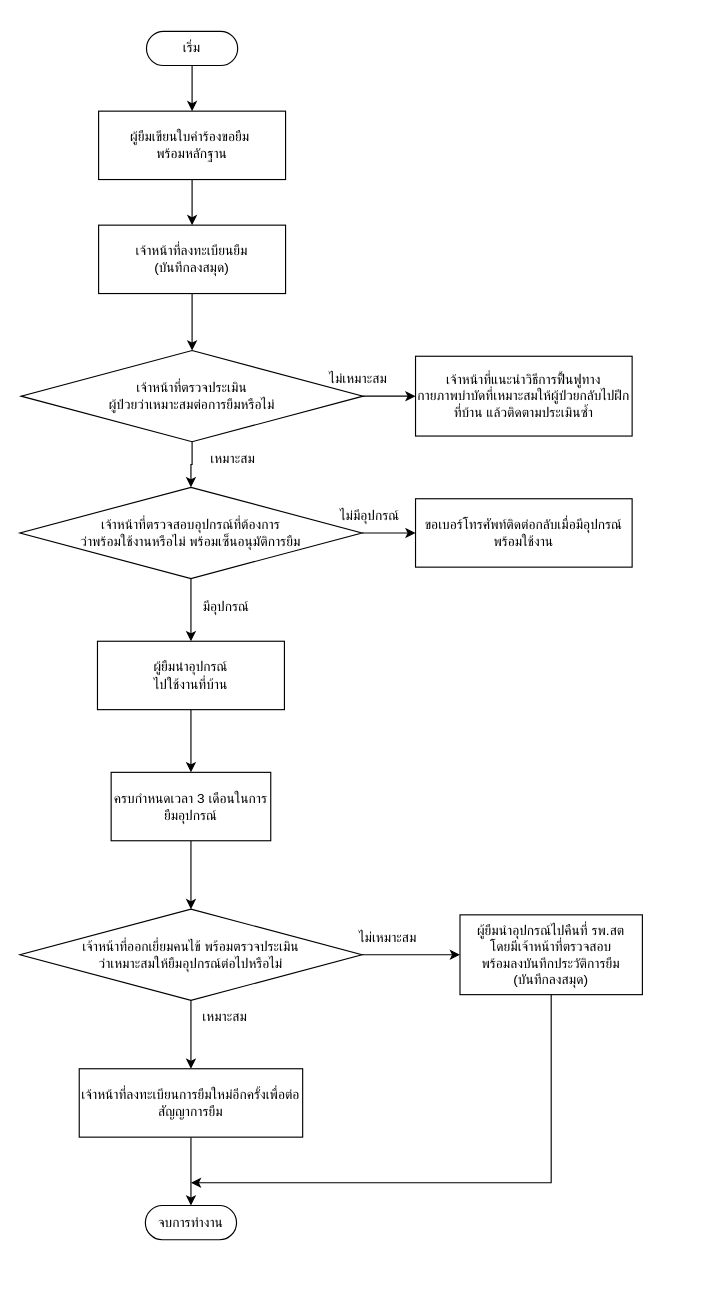
The draw.io diagram page "ภาพรวม" (5 of 5) of cmk/old system.drawio in S-B-Tanayut/diagram_repo, before the edit. Source tidied: cells renumbered, new cells numbered last; positions are measured from the earlier drawing's top-left corner, leaving out a move shared by most shapes. Both pictures are drawn from the tidied source at 114%, with x=0, y=0 at pixel (19, 31).
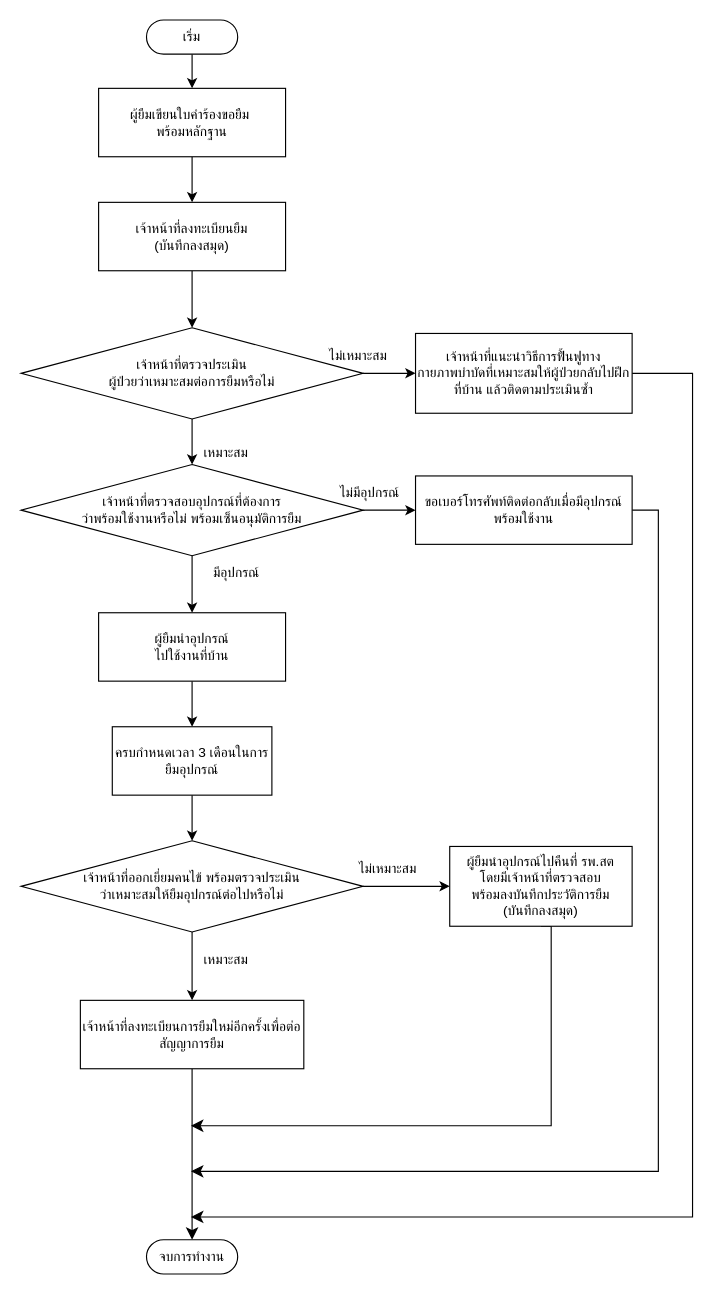
After the change.

The edit, as a diff of the source:
```diff
@@
     <mxCell id="3" value="เริ่ม" style="html=1;dashed=0;whiteSpace=wrap;shape=mxgraph.dfd.start;" parent="1" vertex="1">
-      <mxGeometry x="111" width="80" height="30" as="geometry" />
+      <mxGeometry x="111" y="-10" width="80" height="30" as="geometry" />
     </mxCell>
@@
     <mxCell id="5" value="ผู้ยืมเขียนใบคำร้องขอยืม&amp;nbsp;&lt;br&gt;&lt;span style=&quot;background-color: initial;&quot;&gt;พร้อมหลักฐาน&lt;/span&gt;" style="rounded=0;whiteSpace=wrap;html=1;" parent="1" vertex="1">
-      <mxGeometry x="69" y="70" width="164" height="60" as="geometry" />
+      <mxGeometry x="69" y="50" width="164" height="60" as="geometry" />
     </mxCell>
@@
     <mxCell id="7" value="เจ้าหน้าที่ลงทะเบียนยืม&lt;div&gt;(บันทึกลงสมุด)&lt;/div&gt;" style="rounded=0;whiteSpace=wrap;html=1;" parent="1" vertex="1">
-      <mxGeometry x="69" y="170" width="164" height="60" as="geometry" />
+      <mxGeometry x="69" y="150" width="164" height="60" as="geometry" />
     </mxCell>
@@
     <mxCell id="10" value="เจ้าหน้าที่ตรวจประเมิน&lt;div&gt;ผู้ป่วยว่าเหมาะสมต่อการยืมหรือไม่&lt;/div&gt;" style="rhombus;whiteSpace=wrap;html=1;" parent="1" vertex="1">
-      <mxGeometry x="1" y="280" width="300" height="80" as="geometry" />
+      <mxGeometry x="1" y="260" width="300" height="80" as="geometry" />
     </mxCell>
+    <mxCell id="34" style="edgeStyle=orthogonalEdgeStyle;shape=connector;rounded=0;jettySize=auto;html=1;exitX=1;exitY=0.5;exitDx=0;exitDy=0;strokeColor=default;align=center;verticalAlign=middle;fontFamily=Helvetica;fontSize=12;fontColor=default;labelBackgroundColor=default;startSize=8;endArrow=classic;endSize=8;" parent="1" edge="1" source="11">
+      <mxGeometry relative="1" as="geometry">
+        <mxPoint x="150" y="1040" as="targetPoint" />
+        <Array as="points">
+          <mxPoint x="590" y="300" />
+          <mxPoint x="590" y="1040" />
+        </Array>
+      </mxGeometry>
+    </mxCell>
     <mxCell id="11" value="เจ้าหน้าที่แนะนำวิธีการฟื้นฟูทางกายภาพบำบัดที่เหมาะสมให้ผู้ป่วยกลับไปฝึกที่บ้าน แล้วติดตามประเมินซ้ำ" style="rounded=0;whiteSpace=wrap;html=1;" parent="1" vertex="1">
-      <mxGeometry x="347" y="285" width="190" height="70" as="geometry" />
+      <mxGeometry x="347" y="265" width="190" height="70" as="geometry" />
     </mxCell>
     <mxCell id="12" value="ไม่เหมาะสม" style="text;html=1;align=center;verticalAlign=middle;whiteSpace=wrap;rounded=0;" parent="1" vertex="1">
-      <mxGeometry x="257" y="290" width="80" height="30" as="geometry" />
+      <mxGeometry x="257" y="270" width="80" height="30" as="geometry" />
     </mxCell>
@@
     <mxCell id="15" value="เจ้าหน้าที่ตรวจสอบอุปกรณ์ที่ต้องการ&lt;br&gt;ว่าพร้อมใช้งานหรือไม่ พร้อมเซ็นอนุมัติการยืม" style="rhombus;whiteSpace=wrap;html=1;" parent="1" vertex="1">
-      <mxGeometry y="400" width="300" height="80" as="geometry" />
+      <mxGeometry x="1" y="380" width="300" height="80" as="geometry" />
     </mxCell>
     <mxCell id="16" value="เหมาะสม" style="text;html=1;align=center;verticalAlign=middle;whiteSpace=wrap;rounded=0;" parent="1" vertex="1">
-      <mxGeometry x="157" y="360" width="60" height="30" as="geometry" />
+      <mxGeometry x="151" y="355" width="60" height="30" as="geometry" />
     </mxCell>
+    <mxCell id="35" style="edgeStyle=orthogonalEdgeStyle;shape=connector;rounded=0;jettySize=auto;html=1;exitX=1;exitY=0.5;exitDx=0;exitDy=0;strokeColor=default;align=center;verticalAlign=middle;fontFamily=Helvetica;fontSize=12;fontColor=default;labelBackgroundColor=default;startSize=8;endArrow=classic;endSize=8;" parent="1" edge="1" source="17">
+      <mxGeometry relative="1" as="geometry">
+        <mxPoint x="150" y="1000" as="targetPoint" />
+        <Array as="points">
+          <mxPoint x="560" y="420" />
+          <mxPoint x="560" y="1000" />
+        </Array>
+      </mxGeometry>
+    </mxCell>
     <mxCell id="17" value="ขอเบอร์โทรศัพท์ติดต่อกลับเมื่อมีอุปกรณ์พร้อมใช้งาน" style="rounded=0;whiteSpace=wrap;html=1;" parent="1" vertex="1">
-      <mxGeometry x="347" y="410" width="190" height="60" as="geometry" />
+      <mxGeometry x="347" y="390" width="190" height="60" as="geometry" />
     </mxCell>
@@
     <mxCell id="19" value="ผู้ยืมนำอุปกรณ์&lt;br&gt;ไปใช้งานที่บ้าน" style="rounded=0;whiteSpace=wrap;html=1;" parent="1" vertex="1">
-      <mxGeometry x="68" y="535" width="164" height="60" as="geometry" />
+      <mxGeometry x="69" y="510" width="164" height="60" as="geometry" />
     </mxCell>
     <mxCell id="20" value="ไม่มีอุปกรณ์" style="text;html=1;align=center;verticalAlign=middle;whiteSpace=wrap;rounded=0;" parent="1" vertex="1">
-      <mxGeometry x="277" y="410" width="60" height="30" as="geometry" />
+      <mxGeometry x="277" y="390" width="60" height="30" as="geometry" />
     </mxCell>
     <mxCell id="21" value="มีอุปกรณ์" style="text;html=1;align=center;verticalAlign=middle;whiteSpace=wrap;rounded=0;" parent="1" vertex="1">
-      <mxGeometry x="151" y="490" width="60" height="30" as="geometry" />
+      <mxGeometry x="160" y="460" width="60" height="30" as="geometry" />
     </mxCell>
@@
     <mxCell id="23" value="ครบกำหนดเวลา 3 เดือนในการยืมอุปกรณ์" style="rounded=0;whiteSpace=wrap;html=1;" parent="1" vertex="1">
-      <mxGeometry x="80" y="650" width="140" height="60" as="geometry" />
+      <mxGeometry x="81" y="610" width="140" height="60" as="geometry" />
     </mxCell>
@@
     <mxCell id="26" value="เจ้าหน้าที่ออกเยี่ยมคนไข้ พร้อมตรวจประเมิน&lt;br&gt;ว่าเหมาะสมให้ยืมอุปกรณ์ต่อไปหรือไม่" style="rhombus;whiteSpace=wrap;html=1;" parent="1" vertex="1">
-      <mxGeometry y="770" width="300" height="80" as="geometry" />
+      <mxGeometry x="1" y="710" width="300" height="80" as="geometry" />
     </mxCell>
-    <mxCell id="27" style="edgeStyle=orthogonalEdgeStyle;rounded=0;jettySize=auto;html=1;exitX=0.5;exitY=1;exitDx=0;exitDy=0;" parent="1" edge="1" source="28">
-      <mxGeometry relative="1" as="geometry">
-        <mxPoint x="150" y="1010" as="targetPoint" />
-        <Array as="points">
-          <mxPoint x="466" y="1010" />
-        </Array>
-      </mxGeometry>
-    </mxCell>
+    <mxCell id="36" style="edgeStyle=orthogonalEdgeStyle;shape=connector;rounded=0;jettySize=auto;html=1;exitX=0.5;exitY=1;exitDx=0;exitDy=0;strokeColor=default;align=center;verticalAlign=middle;fontFamily=Helvetica;fontSize=12;fontColor=default;labelBackgroundColor=default;startSize=8;endArrow=classic;endSize=8;" parent="1" edge="1" source="28">
+      <mxGeometry relative="1" as="geometry">
+        <mxPoint x="150" y="960" as="targetPoint" />
+        <Array as="points">
+          <mxPoint x="466" y="960" />
+        </Array>
+      </mxGeometry>
+    </mxCell>
     <mxCell id="28" value="ผู้ยืมนำอุปกรณ์ไปคืนที่ รพ.สต&lt;br&gt;โดยมีเจ้าหน้าที่ตรวจสอบ&lt;br&gt;พร้อมลงบันทึกประวัติการยืม&lt;br&gt;(บันทึกลงสมุด)" style="rounded=0;whiteSpace=wrap;html=1;" parent="1" vertex="1">
-      <mxGeometry x="386" y="775" width="160" height="70" as="geometry" />
+      <mxGeometry x="377" y="715" width="160" height="70" as="geometry" />
     </mxCell>
-    <mxCell id="29" style="edgeStyle=orthogonalEdgeStyle;rounded=0;jettySize=auto;html=1;" parent="1" edge="1" source="30" target="33">
+    <mxCell id="29" style="edgeStyle=orthogonalEdgeStyle;shape=connector;rounded=0;jettySize=auto;html=1;strokeColor=default;align=center;verticalAlign=middle;fontFamily=Helvetica;fontSize=12;fontColor=default;labelBackgroundColor=default;startSize=8;endArrow=classic;endSize=8;" parent="1" edge="1" source="30" target="33">
       <mxGeometry relative="1" as="geometry" />
     </mxCell>
     <mxCell id="30" value="เจ้าหน้าที่ลงทะเบียนการยืมใหม่อีกครั้งเพื่อต่อสัญญาการยืม" style="rounded=0;whiteSpace=wrap;html=1;" parent="1" vertex="1">
-      <mxGeometry x="52" y="910" width="196" height="60" as="geometry" />
+      <mxGeometry x="53" y="850" width="196" height="60" as="geometry" />
     </mxCell>
     <mxCell id="31" value="เหมาะสม" style="text;html=1;align=center;verticalAlign=middle;whiteSpace=wrap;rounded=0;" parent="1" vertex="1">
-      <mxGeometry x="150" y="850" width="60" height="30" as="geometry" />
+      <mxGeometry x="151" y="800" width="60" height="30" as="geometry" />
     </mxCell>
     <mxCell id="32" value="ไม่เหมาะสม" style="text;html=1;align=center;verticalAlign=middle;whiteSpace=wrap;rounded=0;" parent="1" vertex="1">
-      <mxGeometry x="286" y="780" width="74" height="30" as="geometry" />
+      <mxGeometry x="286" y="720" width="74" height="30" as="geometry" />
     </mxCell>
     <mxCell id="33" value="จบการทำงาน" style="html=1;dashed=0;whiteSpace=wrap;shape=mxgraph.dfd.start;" parent="1" vertex="1">
-      <mxGeometry x="110" y="1030" width="80" height="30" as="geometry" />
+      <mxGeometry x="111" y="1060" width="80" height="30" as="geometry" />
     </mxCell>
+    <mxCell id="37" style="edgeStyle=orthogonalEdgeStyle;shape=connector;rounded=0;orthogonalLoop=1;jettySize=auto;html=1;exitX=0.5;exitY=1;exitDx=0;exitDy=0;strokeColor=default;align=center;verticalAlign=middle;fontFamily=Helvetica;fontSize=12;fontColor=default;labelBackgroundColor=default;startSize=8;endArrow=classic;endSize=8;" parent="1" edge="1" source="21" target="21">
+      <mxGeometry relative="1" as="geometry" />
+    </mxCell>
```
